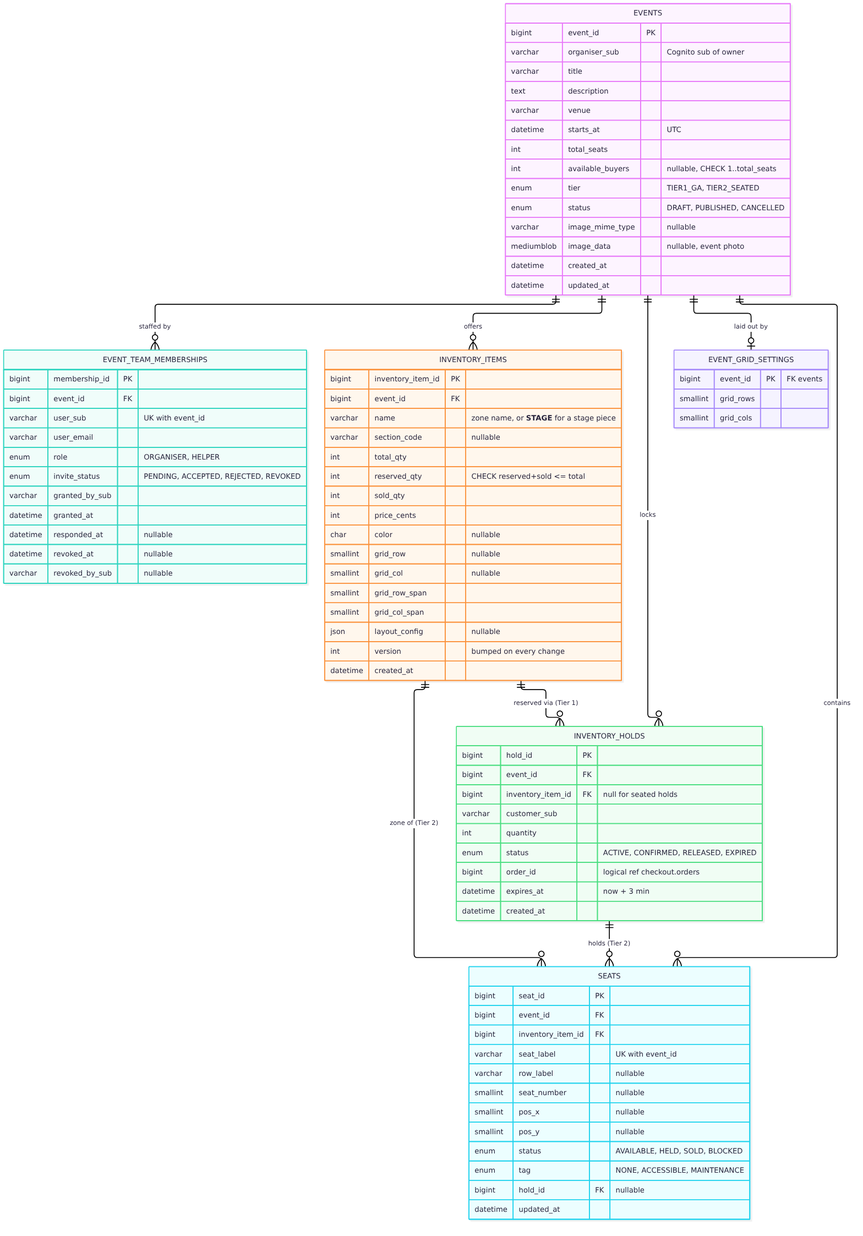
The Mermaid diagram diagrams/rendered/09-erd-event-inventory.png in nus-mtech-grp1-sem2/docs, before a commit. Its source is kept beside it as diagrams/src/09-erd-event-inventory.mmd.
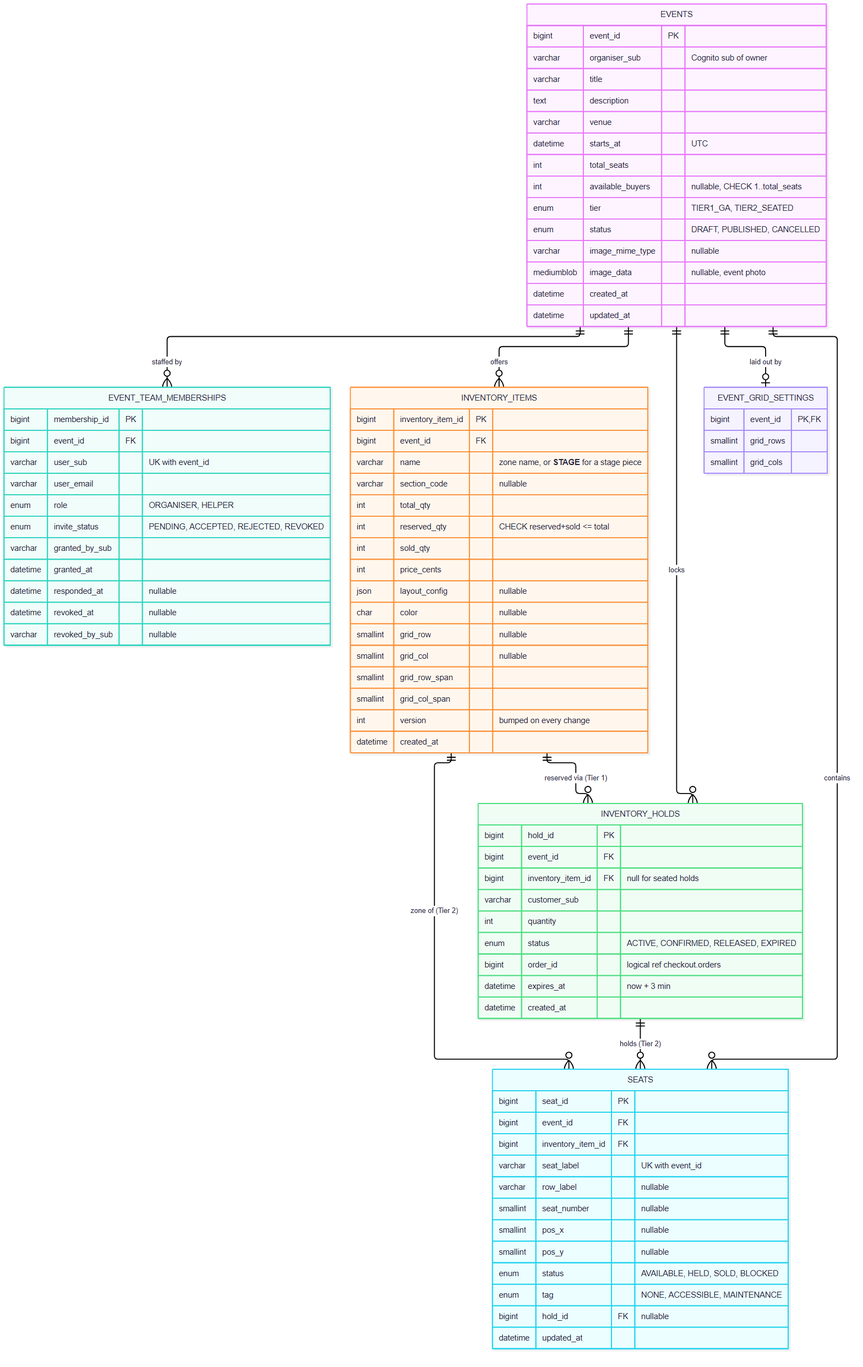
The same file after the commit.

Commit message:
docs: refresh ERDs against the live database and add a whole-database ERD

What changed in the source:
```diff
@@ -46,12 +46,12 @@
         int reserved_qty "CHECK reserved+sold <= total"
         int sold_qty
         int price_cents
+        json layout_config "nullable"
         char color "nullable"
         smallint grid_row "nullable"
         smallint grid_col "nullable"
         smallint grid_row_span
         smallint grid_col_span
-        json layout_config "nullable"
         int version "bumped on every change"
         datetime created_at
     }
@@ -81,7 +81,7 @@
         datetime created_at
     }
     EVENT_GRID_SETTINGS {
-        bigint event_id PK "FK events"
+        bigint event_id PK, FK
         smallint grid_rows
         smallint grid_cols
     }
```
